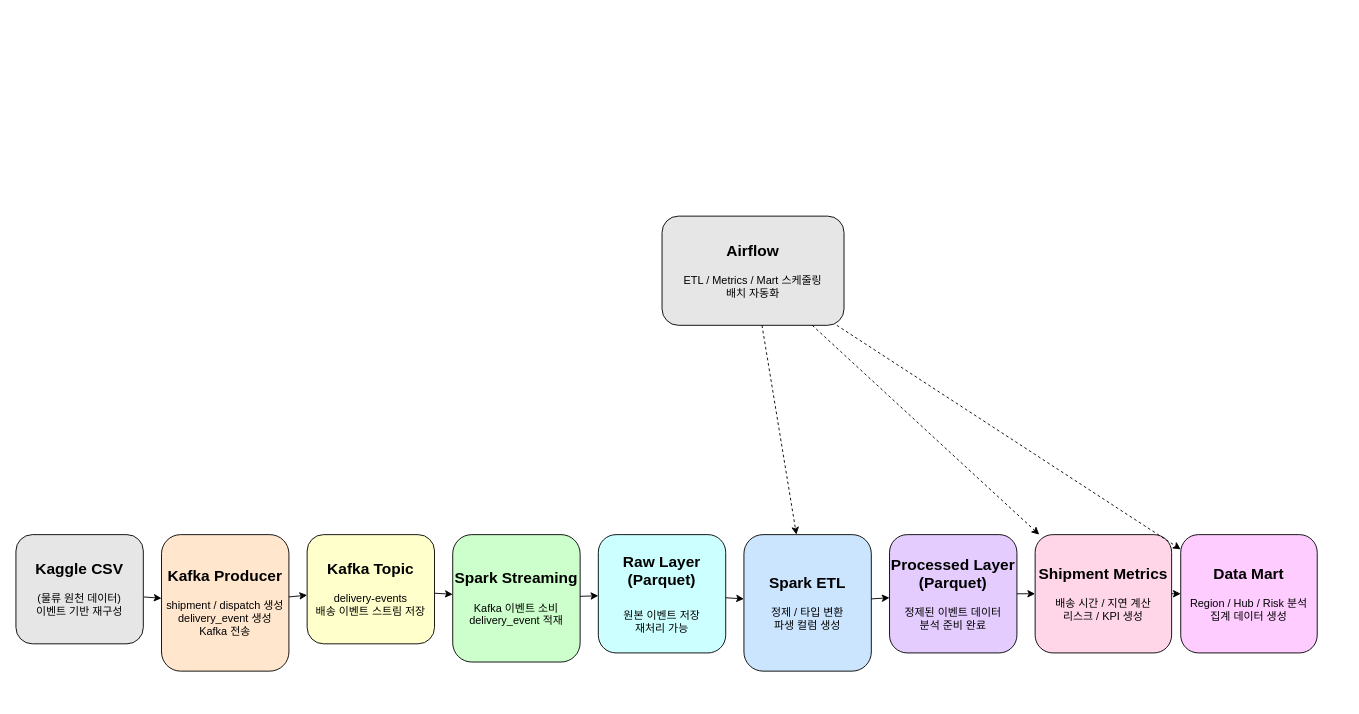
The draw.io diagram logistics_architecture.drawio in soobin4753/k-logis-streaming-lakehouse, before the edit. Source tidied: cells renumbered, new cells numbered last; positions are measured from the earlier drawing's top-left corner, leaving out a move shared by most shapes. Both pictures are drawn from the tidied source at 91%, with x=0, y=0 at pixel (15, 216).
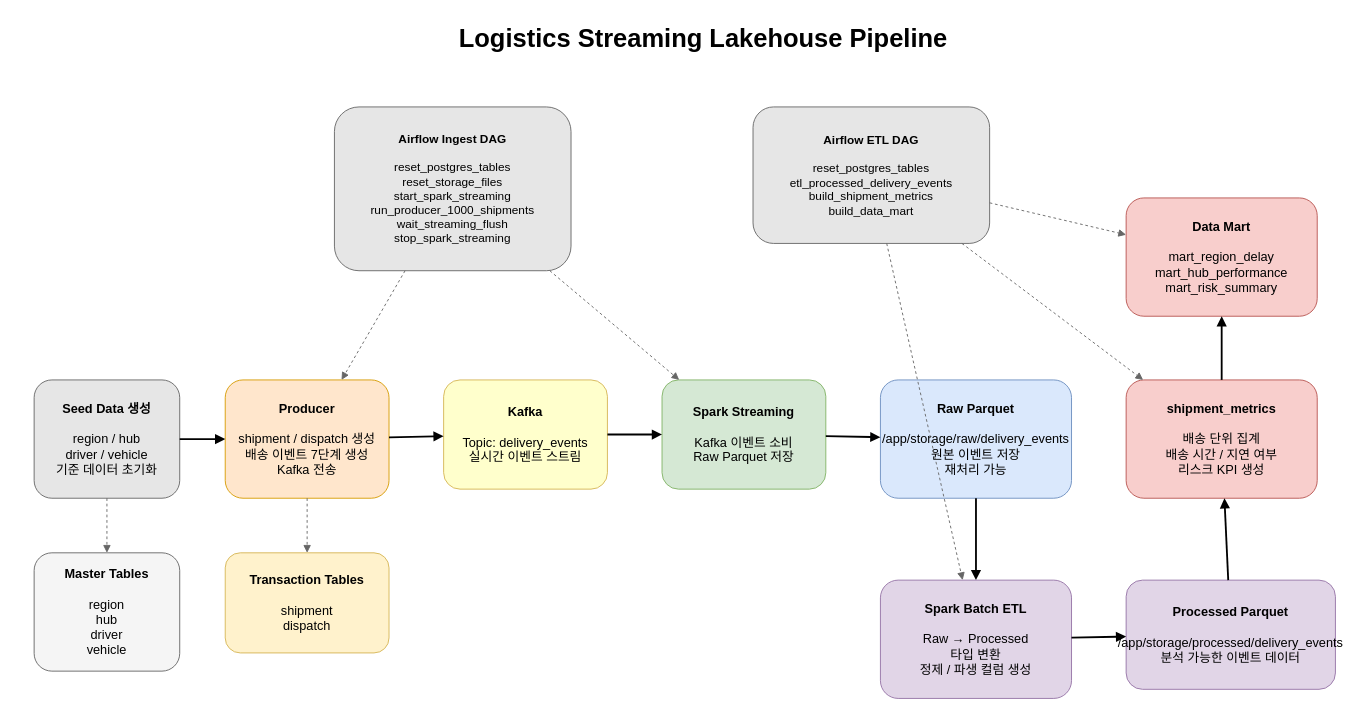
Above is the later version.

What changed in the source:
```diff
@@
-    <mxCell id="2" value="&lt;font style=&quot;color: light-dark(rgb(0, 0, 0), rgb(0, 0, 0));&quot;&gt;&lt;b&gt;&lt;font style=&quot;font-size: 17px;&quot;&gt;Kaggle CSV&lt;/font&gt;&lt;/b&gt;&lt;br&gt;&lt;br&gt;&lt;/font&gt;&lt;div&gt;&lt;font style=&quot;color: light-dark(rgb(0, 0, 0), rgb(0, 0, 0));&quot;&gt;(물류 원천 데이터)&lt;br&gt;이벤트 기반 재구성&lt;/font&gt;&lt;/div&gt;" style="rounded=1;whiteSpace=wrap;html=1;fillColor=light-dark(#E6E6E6,#FF9999);" parent="1" vertex="1">
-      <mxGeometry y="350" width="140" height="120" as="geometry" />
-    </mxCell>
+    <mxCell id="23" value="Logistics Streaming Lakehouse Pipeline" style="text;html=1;strokeColor=none;fillColor=none;fontSize=28;fontStyle=1;align=center;verticalAlign=middle;" parent="1" vertex="1">
+      <mxGeometry x="430" y="-220" width="650" height="50" as="geometry" />
+    </mxCell>
+    <mxCell id="24" value="&lt;b&gt;Seed Data 생성&lt;/b&gt;&lt;br&gt;&lt;br&gt;region / hub&lt;br&gt;driver / vehicle&lt;br&gt;기준 데이터 초기화" style="rounded=1;whiteSpace=wrap;html=1;fillColor=#E6E6E6;strokeColor=#666666;fontSize=14;" parent="1" vertex="1">
+      <mxGeometry x="20" y="180" width="160" height="130" as="geometry" />
+    </mxCell>
+    <mxCell id="25" value="&lt;b&gt;Master Tables&lt;/b&gt;&lt;br&gt;&lt;br&gt;region&lt;br&gt;hub&lt;br&gt;driver&lt;br&gt;vehicle" style="rounded=1;whiteSpace=wrap;html=1;fillColor=#F5F5F5;strokeColor=#666666;fontSize=14;" parent="1" vertex="1">
+      <mxGeometry x="20" y="370" width="160" height="130" as="geometry" />
+    </mxCell>
-    <mxCell id="3" value="&lt;font style=&quot;color: light-dark(rgb(0, 0, 0), rgb(0, 0, 0));&quot;&gt;&lt;font style=&quot;font-size: 17px;&quot;&gt;&lt;b&gt;Kafka Producer&lt;/b&gt;&lt;/font&gt;&lt;br&gt;&lt;br&gt;&lt;/font&gt;&lt;div&gt;&lt;font style=&quot;color: light-dark(rgb(0, 0, 0), rgb(0, 0, 0));&quot;&gt;shipment / dispatch 생성&lt;br&gt;delivery_event 생성&lt;br&gt;Kafka 전송&lt;/font&gt;&lt;/div&gt;" style="rounded=1;whiteSpace=wrap;html=1;fillColor=light-dark(#FFE6CC,#FFCC99);" parent="1" vertex="1">
-      <mxGeometry x="160" y="350" width="140" height="150" as="geometry" />
+    <mxCell id="3" value="&lt;b&gt;Producer&lt;/b&gt;&lt;br&gt;&lt;br&gt;shipment / dispatch 생성&lt;br&gt;배송 이벤트 7단계 생성&lt;br&gt;Kafka 전송" style="rounded=1;whiteSpace=wrap;html=1;fillColor=#FFE6CC;strokeColor=#D79B00;fontSize=14;" parent="1" vertex="1">
+      <mxGeometry x="230" y="180" width="180" height="130" as="geometry" />
     </mxCell>
+    <mxCell id="26" value="&lt;b&gt;Transaction Tables&lt;/b&gt;&lt;br&gt;&lt;br&gt;shipment&lt;br&gt;dispatch" style="rounded=1;whiteSpace=wrap;html=1;fillColor=#FFF2CC;strokeColor=#D6B656;fontSize=14;" parent="1" vertex="1">
+      <mxGeometry x="230" y="370" width="180" height="110" as="geometry" />
+    </mxCell>
-    <mxCell id="4" value="&lt;font style=&quot;color: light-dark(rgb(0, 0, 0), rgb(0, 0, 0));&quot;&gt;&lt;font style=&quot;font-size: 17px;&quot;&gt;&lt;b&gt;Kafka Topic&lt;/b&gt;&lt;/font&gt;&lt;br&gt;&lt;br&gt;&lt;/font&gt;&lt;div&gt;&lt;font style=&quot;color: light-dark(rgb(0, 0, 0), rgb(0, 0, 0));&quot;&gt;delivery-events&lt;br&gt;배송 이벤트 스트림 저장&lt;/font&gt;&lt;/div&gt;" style="rounded=1;whiteSpace=wrap;html=1;fillColor=light-dark(#FFFFCC,#FFFF99);" parent="1" vertex="1">
-      <mxGeometry x="320" y="350" width="140" height="120" as="geometry" />
+    <mxCell id="4" value="&lt;b&gt;Kafka&lt;/b&gt;&lt;br&gt;&lt;br&gt;Topic: delivery_events&lt;br&gt;실시간 이벤트 스트림" style="rounded=1;whiteSpace=wrap;html=1;fillColor=#FFFFCC;strokeColor=#D6B656;fontSize=14;" parent="1" vertex="1">
+      <mxGeometry x="470" y="180" width="180" height="120" as="geometry" />
     </mxCell>
-    <mxCell id="5" value="&lt;font style=&quot;color: light-dark(rgb(0, 0, 0), rgb(0, 0, 0));&quot;&gt;&lt;font style=&quot;font-size: 17px;&quot;&gt;&lt;b&gt;Spark Streaming&lt;/b&gt;&lt;/font&gt;&lt;br&gt;&lt;br&gt;&lt;/font&gt;&lt;div&gt;&lt;font style=&quot;color: light-dark(rgb(0, 0, 0), rgb(0, 0, 0));&quot;&gt;Kafka 이벤트 소비&lt;br&gt;delivery_event 적재&lt;/font&gt;&lt;/div&gt;" style="rounded=1;whiteSpace=wrap;html=1;fillColor=light-dark(#CCFFCC,#CCFF99);" parent="1" vertex="1">
-      <mxGeometry x="480" y="350" width="140" height="140" as="geometry" />
-    </mxCell>
+    <mxCell id="27" value="&lt;b&gt;Spark Streaming&lt;/b&gt;&lt;br&gt;&lt;br&gt;Kafka 이벤트 소비&lt;br&gt;Raw Parquet 저장" style="rounded=1;whiteSpace=wrap;html=1;fillColor=#D5E8D4;strokeColor=#82B366;fontSize=14;" parent="1" vertex="1">
+      <mxGeometry x="710" y="180" width="180" height="120" as="geometry" />
+    </mxCell>
-    <mxCell id="6" value="&lt;font style=&quot;font-size: 17px; color: light-dark(rgb(0, 0, 0), rgb(0, 0, 0));&quot;&gt;&lt;b&gt;Raw Layer (Parquet)&lt;/b&gt;&lt;/font&gt;&lt;div&gt;&lt;font style=&quot;color: light-dark(rgb(0, 0, 0), rgb(0, 0, 0));&quot;&gt;&lt;span style=&quot;font-size: 17px;&quot;&gt;&lt;b&gt;&lt;br&gt;&lt;/b&gt;&lt;/span&gt;원본 이벤트 저장&lt;br&gt;재처리 가능&lt;/font&gt;&lt;/div&gt;" style="rounded=1;whiteSpace=wrap;html=1;fillColor=light-dark(#CCFFFF,#99FF99);" parent="1" vertex="1">
-      <mxGeometry x="640" y="350" width="140" height="130" as="geometry" />
+    <mxCell id="6" value="&lt;b&gt;Raw Parquet&lt;/b&gt;&lt;br&gt;&lt;br&gt;/app/storage/raw/delivery_events&lt;br&gt;원본 이벤트 저장&lt;br&gt;재처리 가능" style="rounded=1;whiteSpace=wrap;html=1;fillColor=#DAE8FC;strokeColor=#6C8EBF;fontSize=14;" parent="1" vertex="1">
+      <mxGeometry x="950" y="180" width="210" height="130" as="geometry" />
     </mxCell>
-    <mxCell id="7" value="&lt;font style=&quot;color: light-dark(rgb(0, 0, 0), rgb(0, 0, 0));&quot;&gt;&lt;font style=&quot;font-size: 17px;&quot;&gt;&lt;b&gt;Spark ETL&lt;/b&gt;&lt;/font&gt;&lt;br&gt;&lt;br&gt;&lt;/font&gt;&lt;div&gt;&lt;font style=&quot;color: light-dark(rgb(0, 0, 0), rgb(0, 0, 0));&quot;&gt;정제 / 타입 변환&lt;br&gt;파생 컬럼 생성&lt;/font&gt;&lt;/div&gt;" style="rounded=1;whiteSpace=wrap;html=1;fillColor=light-dark(#CCE5FF,#99FFFF);" parent="1" vertex="1">
-      <mxGeometry x="800" y="350" width="140" height="150" as="geometry" />
+    <mxCell id="7" value="&lt;b&gt;Spark Batch ETL&lt;/b&gt;&lt;br&gt;&lt;br&gt;Raw → Processed&lt;br&gt;타입 변환&lt;br&gt;정제 / 파생 컬럼 생성" style="rounded=1;whiteSpace=wrap;html=1;fillColor=#E1D5E7;strokeColor=#9673A6;fontSize=14;" parent="1" vertex="1">
+      <mxGeometry x="950" y="400" width="210" height="130" as="geometry" />
     </mxCell>
-    <mxCell id="8" value="&lt;font style=&quot;color: light-dark(rgb(0, 0, 0), rgb(0, 0, 0));&quot;&gt;&lt;font style=&quot;font-size: 17px;&quot;&gt;&lt;b&gt;Processed Layer (Parquet)&lt;br&gt;&lt;/b&gt;&lt;/font&gt;&lt;br&gt;&lt;/font&gt;&lt;div&gt;&lt;font style=&quot;color: light-dark(rgb(0, 0, 0), rgb(0, 0, 0));&quot;&gt;정제된 이벤트 데이터&lt;br&gt;분석 준비 완료&lt;/font&gt;&lt;/div&gt;" style="rounded=1;whiteSpace=wrap;html=1;fillColor=light-dark(#E5CCFF,#99CCFF);" parent="1" vertex="1">
-      <mxGeometry x="960" y="350" width="140" height="130" as="geometry" />
+    <mxCell id="8" value="&lt;b&gt;Processed Parquet&lt;/b&gt;&lt;br&gt;&lt;br&gt;/app/storage/processed/delivery_events&lt;br&gt;분석 가능한 이벤트 데이터" style="rounded=1;whiteSpace=wrap;html=1;fillColor=#E1D5E7;strokeColor=#9673A6;fontSize=14;" parent="1" vertex="1">
+      <mxGeometry x="1220" y="400" width="230" height="120" as="geometry" />
     </mxCell>
-    <mxCell id="9" value="&lt;font style=&quot;color: light-dark(rgb(0, 0, 0), rgb(0, 0, 0));&quot;&gt;&lt;font style=&quot;font-size: 17px;&quot;&gt;&lt;b&gt;Shipment Metrics&lt;/b&gt;&lt;/font&gt;&lt;br&gt;&lt;br&gt;&lt;/font&gt;&lt;div&gt;&lt;font style=&quot;color: light-dark(rgb(0, 0, 0), rgb(0, 0, 0));&quot;&gt;배송 시간 / 지연 계산&lt;br&gt;리스크 / KPI 생성&lt;/font&gt;&lt;/div&gt;" style="rounded=1;whiteSpace=wrap;html=1;fillColor=light-dark(#FFD6E7,#CC99FF);" parent="1" vertex="1">
-      <mxGeometry x="1120" y="350" width="150" height="130" as="geometry" />
+    <mxCell id="9" value="&lt;b&gt;shipment_metrics&lt;/b&gt;&lt;br&gt;&lt;br&gt;배송 단위 집계&lt;br&gt;배송 시간 / 지연 여부&lt;br&gt;리스크 KPI 생성" style="rounded=1;whiteSpace=wrap;html=1;fillColor=#F8CECC;strokeColor=#B85450;fontSize=14;" parent="1" vertex="1">
+      <mxGeometry x="1220" y="180" width="210" height="130" as="geometry" />
     </mxCell>
-    <mxCell id="10" value="&lt;font style=&quot;color: light-dark(rgb(0, 0, 0), rgb(0, 0, 0));&quot;&gt;&lt;font style=&quot;font-size: 17px;&quot;&gt;&lt;b&gt;Data Mart&lt;/b&gt;&lt;/font&gt;&lt;br&gt;&lt;br&gt;&lt;/font&gt;&lt;div&gt;&lt;font style=&quot;color: light-dark(rgb(0, 0, 0), rgb(0, 0, 0));&quot;&gt;Region / Hub / Risk 분석&lt;br&gt;집계 데이터 생성&lt;/font&gt;&lt;/div&gt;" style="rounded=1;whiteSpace=wrap;html=1;fillColor=light-dark(#FFCCFF,#FF99FF);" parent="1" vertex="1">
-      <mxGeometry x="1280" y="350" width="150" height="130" as="geometry" />
+    <mxCell id="10" value="&lt;b&gt;Data Mart&lt;/b&gt;&lt;br&gt;&lt;br&gt;mart_region_delay&lt;br&gt;mart_hub_performance&lt;br&gt;mart_risk_summary" style="rounded=1;whiteSpace=wrap;html=1;fillColor=#F8CECC;strokeColor=#B85450;fontSize=14;" parent="1" vertex="1">
+      <mxGeometry x="1220" y="-20" width="210" height="130" as="geometry" />
     </mxCell>
-    <mxCell id="11" style="exitX=1.005;exitY=0.571;exitDx=0;exitDy=0;exitPerimeter=0;" parent="1" edge="1" source="2" target="3">
-      <mxGeometry relative="1" as="geometry" />
-    </mxCell>
+    <mxCell id="28" value="&lt;b&gt;Airflow Ingest DAG&lt;/b&gt;&lt;br&gt;&lt;br&gt;reset_postgres_tables&lt;br&gt;reset_storage_files&lt;br&gt;start_spark_streaming&lt;br&gt;run_producer_1000_shipments&lt;br&gt;wait_streaming_flush&lt;br&gt;stop_spark_streaming" style="rounded=1;whiteSpace=wrap;html=1;fillColor=#E6E6E6;strokeColor=#666666;fontSize=13;" parent="1" vertex="1">
+      <mxGeometry x="350" y="-120" width="260" height="180" as="geometry" />
+    </mxCell>
+    <mxCell id="29" value="&lt;b&gt;Airflow ETL DAG&lt;/b&gt;&lt;br&gt;&lt;br&gt;reset_postgres_tables&lt;br&gt;etl_processed_delivery_events&lt;br&gt;build_shipment_metrics&lt;br&gt;build_data_mart" style="rounded=1;whiteSpace=wrap;html=1;fillColor=#E6E6E6;strokeColor=#666666;fontSize=13;" parent="1" vertex="1">
+      <mxGeometry x="810" y="-120" width="260" height="150" as="geometry" />
+    </mxCell>
+    <mxCell id="30" style="endArrow=block;html=1;rounded=0;strokeWidth=2;" parent="1" edge="1" source="24" target="3">
+      <mxGeometry relative="1" as="geometry" />
+    </mxCell>
-    <mxCell id="12" parent="1" edge="1" source="3" target="4">
+    <mxCell id="12" style="endArrow=block;html=1;rounded=0;strokeWidth=2;" parent="1" edge="1" source="3" target="4">
       <mxGeometry relative="1" as="geometry" />
     </mxCell>
-    <mxCell id="13" parent="1" edge="1" source="4" target="5">
-      <mxGeometry relative="1" as="geometry" />
-    </mxCell>
-    <mxCell id="14" parent="1" edge="1" source="5" target="6">
-      <mxGeometry relative="1" as="geometry" />
-    </mxCell>
+    <mxCell id="31" style="endArrow=block;html=1;rounded=0;strokeWidth=2;" parent="1" edge="1" source="4" target="27">
+      <mxGeometry relative="1" as="geometry" />
+    </mxCell>
+    <mxCell id="32" style="endArrow=block;html=1;rounded=0;strokeWidth=2;" parent="1" edge="1" source="27" target="6">
+      <mxGeometry relative="1" as="geometry" />
+    </mxCell>
-    <mxCell id="15" parent="1" edge="1" source="6" target="7">
+    <mxCell id="15" style="endArrow=block;html=1;rounded=0;strokeWidth=2;" parent="1" edge="1" source="6" target="7">
       <mxGeometry relative="1" as="geometry" />
     </mxCell>
-    <mxCell id="16" parent="1" edge="1" source="7" target="8">
+    <mxCell id="16" style="endArrow=block;html=1;rounded=0;strokeWidth=2;" parent="1" edge="1" source="7" target="8">
       <mxGeometry relative="1" as="geometry" />
     </mxCell>
-    <mxCell id="17" parent="1" edge="1" source="8" target="9">
+    <mxCell id="17" style="endArrow=block;html=1;rounded=0;strokeWidth=2;" parent="1" edge="1" source="8" target="9">
       <mxGeometry relative="1" as="geometry" />
     </mxCell>
-    <mxCell id="18" parent="1" edge="1" source="9" target="10">
+    <mxCell id="18" style="endArrow=block;html=1;rounded=0;strokeWidth=2;" parent="1" edge="1" source="9" target="10">
       <mxGeometry relative="1" as="geometry" />
     </mxCell>
-    <mxCell id="19" value="&lt;font style=&quot;font-size: 17px; color: light-dark(rgb(0, 0, 0), rgb(0, 0, 0));&quot;&gt;&lt;b&gt;Airflow&lt;/b&gt;&lt;/font&gt;&lt;div&gt;&lt;font style=&quot;color: light-dark(rgb(0, 0, 0), rgb(0, 0, 0));&quot;&gt;&lt;br&gt;&lt;/font&gt;&lt;/div&gt;&lt;div&gt;&lt;font style=&quot;color: light-dark(rgb(0, 0, 0), rgb(0, 0, 0));&quot;&gt;ETL / Metrics / Mart 스케줄링&lt;br&gt;배치 자동화&lt;/font&gt;&lt;/div&gt;" style="rounded=1;whiteSpace=wrap;html=1;fillColor=light-dark(#E6E6E6,#CCCCCC);" parent="1" vertex="1">
-      <mxGeometry x="710" width="200" height="120" as="geometry" />
-    </mxCell>
-    <mxCell id="20" style="dashed=1;" parent="1" edge="1" source="19" target="7">
-      <mxGeometry relative="1" as="geometry" />
-    </mxCell>
-    <mxCell id="21" style="dashed=1;" parent="1" edge="1" source="19" target="9">
-      <mxGeometry relative="1" as="geometry" />
-    </mxCell>
-    <mxCell id="22" style="dashed=1;" parent="1" edge="1" source="19" target="10">
-      <mxGeometry relative="1" as="geometry" />
-    </mxCell>
+    <mxCell id="33" style="endArrow=block;html=1;rounded=0;dashed=1;strokeColor=#666666;" parent="1" edge="1" source="24" target="25">
+      <mxGeometry relative="1" as="geometry" />
+    </mxCell>
+    <mxCell id="34" style="endArrow=block;html=1;rounded=0;dashed=1;strokeColor=#666666;" parent="1" edge="1" source="3" target="26">
+      <mxGeometry relative="1" as="geometry" />
+    </mxCell>
+    <mxCell id="35" style="endArrow=block;html=1;rounded=0;dashed=1;strokeColor=#666666;" parent="1" edge="1" source="28" target="27">
+      <mxGeometry relative="1" as="geometry" />
+    </mxCell>
+    <mxCell id="36" style="endArrow=block;html=1;rounded=0;dashed=1;strokeColor=#666666;" parent="1" edge="1" source="28" target="3">
+      <mxGeometry relative="1" as="geometry" />
+    </mxCell>
+    <mxCell id="37" style="endArrow=block;html=1;rounded=0;dashed=1;strokeColor=#666666;" parent="1" edge="1" source="29" target="7">
+      <mxGeometry relative="1" as="geometry" />
+    </mxCell>
+    <mxCell id="38" style="endArrow=block;html=1;rounded=0;dashed=1;strokeColor=#666666;" parent="1" edge="1" source="29" target="9">
+      <mxGeometry relative="1" as="geometry" />
+    </mxCell>
+    <mxCell id="39" style="endArrow=block;html=1;rounded=0;dashed=1;strokeColor=#666666;" parent="1" edge="1" source="29" target="10">
+      <mxGeometry relative="1" as="geometry" />
+    </mxCell>
```
